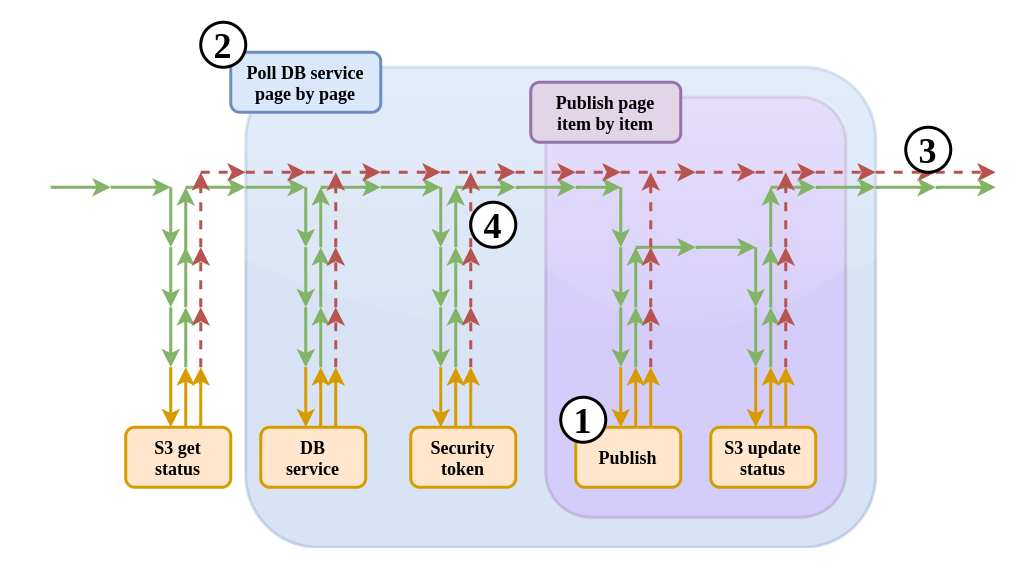
This is 2020-03-21-case-study-java-fp-using-vavr/images/service_flow.png from p2w34/blog, a draw.io export, as it was before one commit. Source tidied: cells renumbered, new cells last; positions are measured from the earlier drawing's top-left corner, leaving out a move shared by most shapes.
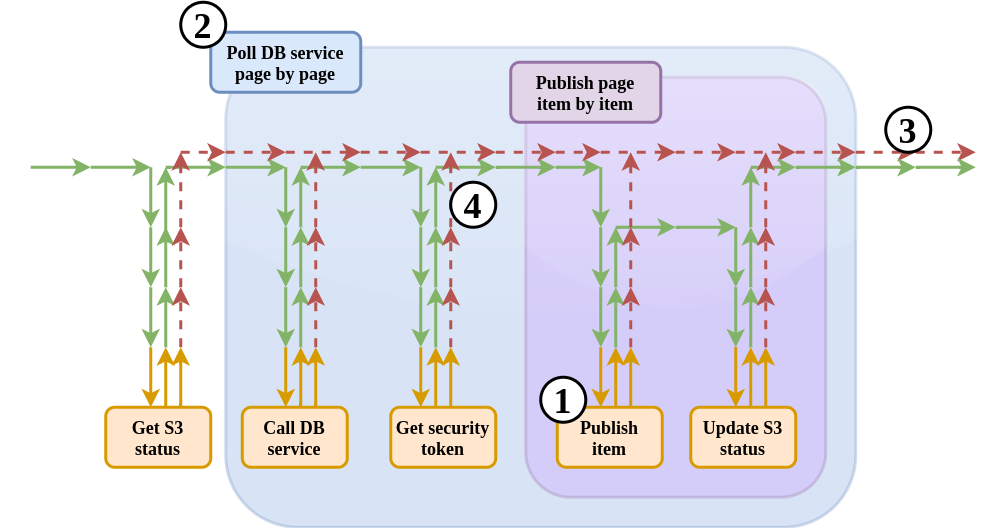
After the commit.

Commit message:
[draft][apply review comments - fixed images] Case study - Java FP using Vavr.

Diff of the diagram source:
```diff
@@ -283,13 +283,13 @@
         <mxPoint x="120" y="-10" as="targetPoint" />
       </mxGeometry>
     </mxCell>
-    <mxCell id="51" value="S3 get&lt;br&gt;status" style="rounded=1;whiteSpace=wrap;html=1;fontStyle=1;fontFamily=Verdana;fillColor=#ffe6cc;strokeColor=#d79b00;strokeWidth=2;" parent="5" vertex="1">
+    <mxCell id="51" value="Get S3&lt;br&gt;status" style="rounded=1;whiteSpace=wrap;html=1;fontStyle=1;fontFamily=Verdana;fillColor=#ffe6cc;strokeColor=#d79b00;strokeWidth=2;" parent="5" vertex="1">
       <mxGeometry x="70" y="270" width="70" height="40" as="geometry" />
     </mxCell>
-    <mxCell id="52" value="DB&lt;br&gt;service" style="rounded=1;whiteSpace=wrap;html=1;fontStyle=1;fontFamily=Verdana;fillColor=#ffe6cc;strokeColor=#d79b00;strokeWidth=2;" parent="5" vertex="1">
-      <mxGeometry x="160" y="270" width="70" height="40" as="geometry" />
+    <mxCell id="52" value="Call DB&lt;br&gt;service" style="rounded=1;whiteSpace=wrap;html=1;fontStyle=1;fontFamily=Verdana;fillColor=#ffe6cc;strokeColor=#d79b00;strokeWidth=2;" parent="5" vertex="1">
+      <mxGeometry x="161" y="270" width="70" height="40" as="geometry" />
     </mxCell>
-    <mxCell id="53" value="Security&lt;br&gt;token" style="rounded=1;whiteSpace=wrap;html=1;fontStyle=1;fontFamily=Verdana;fillColor=#ffe6cc;strokeColor=#d79b00;strokeWidth=2;" parent="5" vertex="1">
+    <mxCell id="53" value="Get security token" style="rounded=1;whiteSpace=wrap;html=1;fontStyle=1;fontFamily=Verdana;fillColor=#ffe6cc;strokeColor=#d79b00;strokeWidth=2;" parent="5" vertex="1">
       <mxGeometry x="260" y="270" width="70" height="40" as="geometry" />
     </mxCell>
     <mxCell id="54" style="endArrow=classic;html=1;fillColor=#d5e8d4;strokeColor=#82b366;strokeWidth=2;" parent="5" edge="1">
@@ -340,10 +340,10 @@
         <mxPoint x="610" y="100" as="targetPoint" />
       </mxGeometry>
     </mxCell>
-    <mxCell id="61" value="Publish" style="rounded=1;whiteSpace=wrap;html=1;fontStyle=1;fontFamily=Verdana;fillColor=#ffe6cc;strokeColor=#d79b00;strokeWidth=2;" parent="5" vertex="1">
-      <mxGeometry x="370" y="270" width="70" height="40" as="geometry" />
+    <mxCell id="61" value="Publish&lt;br&gt;item" style="rounded=1;whiteSpace=wrap;html=1;fontStyle=1;fontFamily=Verdana;fillColor=#ffe6cc;strokeColor=#d79b00;strokeWidth=2;" parent="5" vertex="1">
+      <mxGeometry x="371" y="270" width="70" height="40" as="geometry" />
     </mxCell>
-    <mxCell id="62" value="S3 update&lt;br&gt;status" style="rounded=1;whiteSpace=wrap;html=1;fontStyle=1;fontFamily=Verdana;fillColor=#ffe6cc;strokeColor=#d79b00;strokeWidth=2;" parent="5" vertex="1">
+    <mxCell id="62" value="Update S3&lt;br&gt;status" style="rounded=1;whiteSpace=wrap;html=1;fontStyle=1;fontFamily=Verdana;fillColor=#ffe6cc;strokeColor=#d79b00;strokeWidth=2;" parent="5" vertex="1">
       <mxGeometry x="460" y="270" width="70" height="40" as="geometry" />
     </mxCell>
     <mxCell id="63" style="endArrow=classic;html=1;fillColor=#ffe6cc;strokeColor=#d79b00;strokeWidth=2;" parent="5" edge="1">
```
